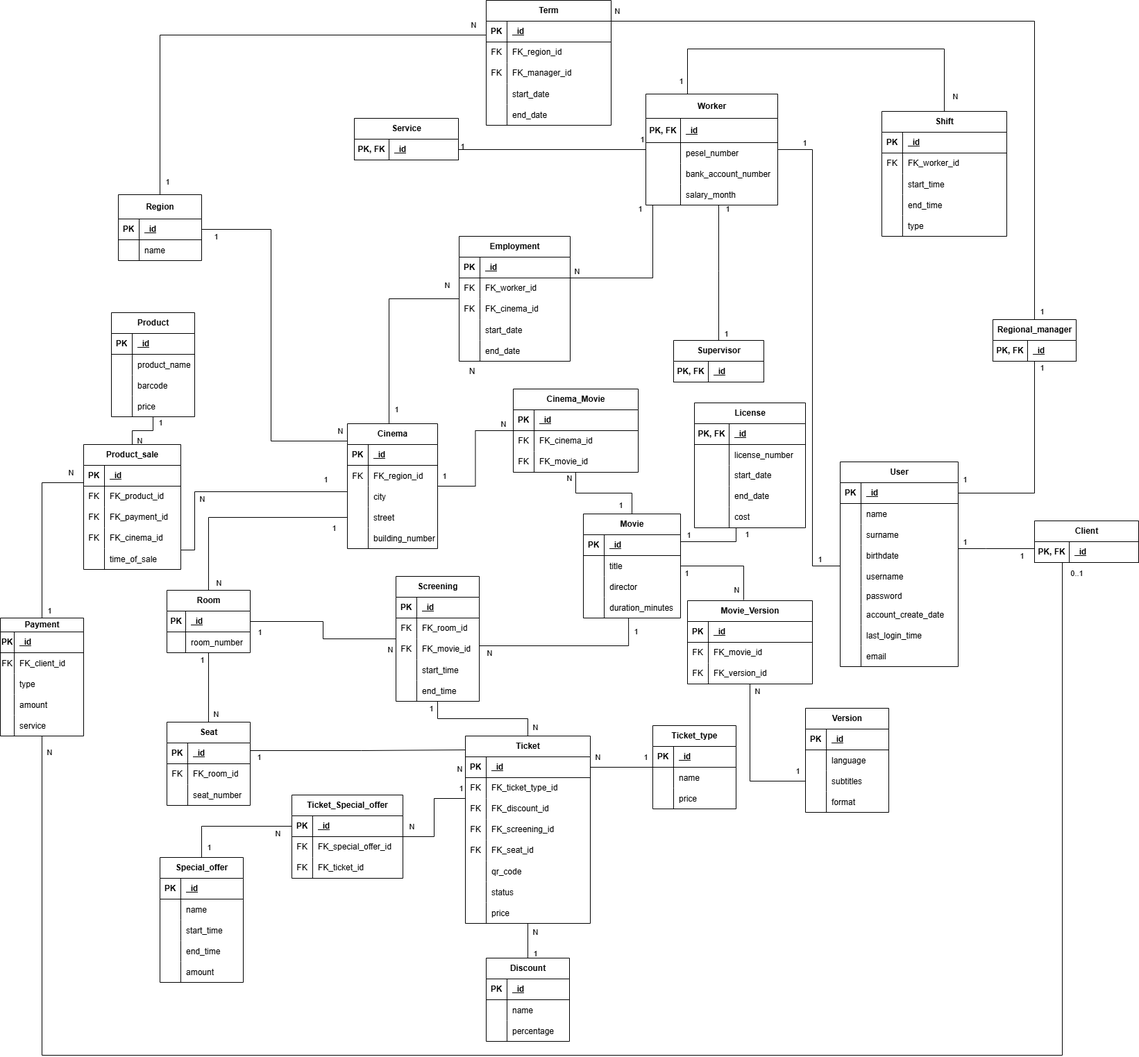
Above: database/diagram.png in michal-madeiski/PBD-cinema-database (draw.io), before the change. Source tidied: cells renumbered, new cells last; positions are measured from the earlier drawing's top-left corner, leaving out a move shared by most shapes.
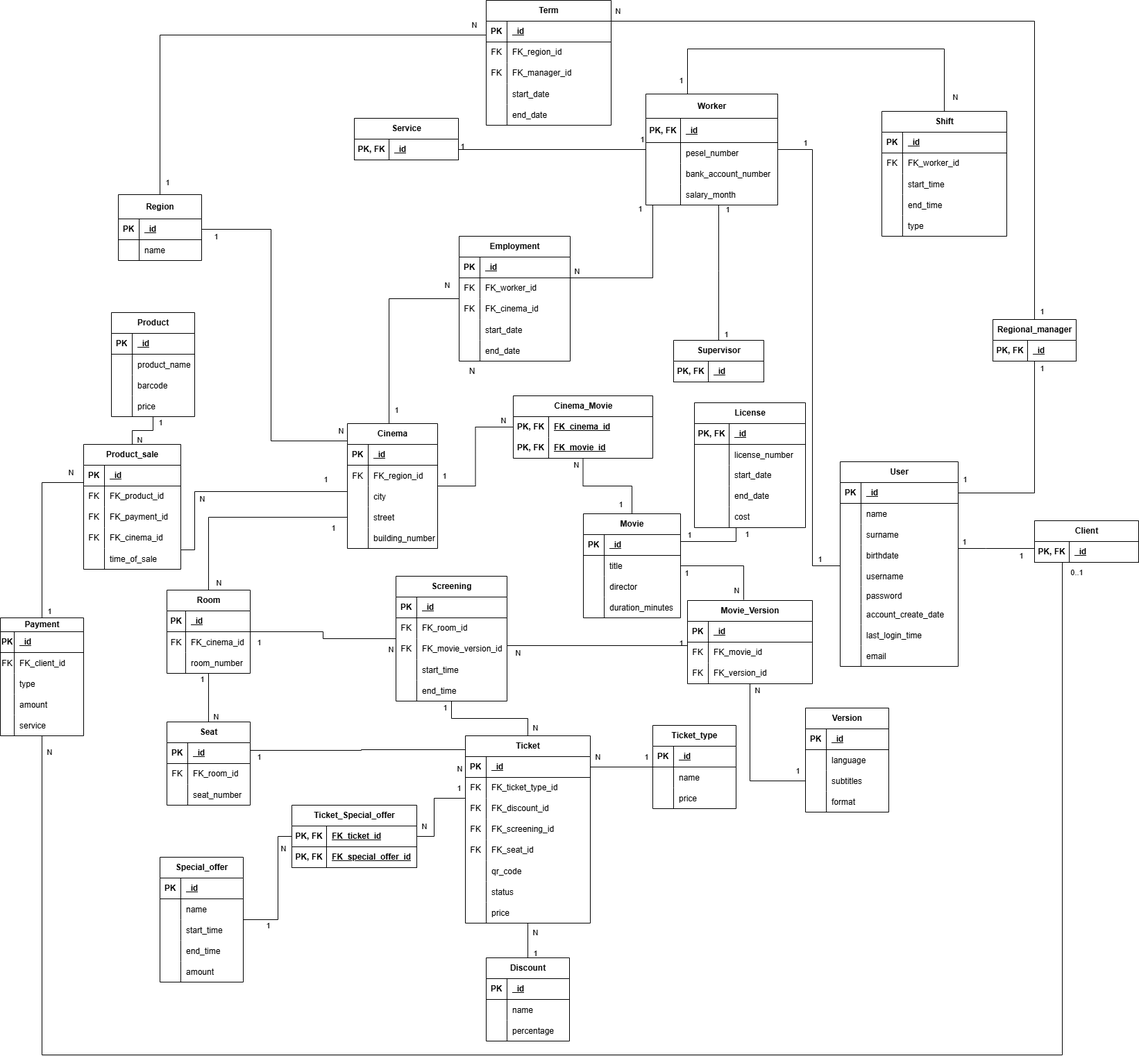
After the commit.

What changed in the source:
```diff
@@ -111,52 +111,52 @@
       </mxGeometry>
     </mxCell>
     <mxCell id="31" value="Screening" style="shape=table;startSize=30;rowLines=0;fontStyle=1;align=center;html=1;labelBackgroundColor=none;rounded=0;" parent="1" vertex="1">
-      <mxGeometry x="570" y="830" width="120" height="180" as="geometry" />
+      <mxGeometry x="570" y="830" width="160" height="180" as="geometry" />
     </mxCell>
     <mxCell id="32" style="shape=tableRow;horizontal=0;startSize=0;swimlaneHead=0;swimlaneBody=0;fillColor=none;top=0;left=0;right=0;bottom=1;labelBackgroundColor=none;rounded=0;" parent="31" vertex="1">
-      <mxGeometry y="30" width="120" height="30" as="geometry" />
+      <mxGeometry y="30" width="160" height="30" as="geometry" />
     </mxCell>
     <mxCell id="33" value="PK" style="shape=partialRectangle;fillColor=none;top=0;left=0;bottom=0;right=0;fontStyle=1;overflow=hidden;whiteSpace=wrap;html=1;labelBackgroundColor=none;rounded=0;" parent="32" vertex="1">
       <mxGeometry width="30" height="30" as="geometry" />
     </mxCell>
     <mxCell id="34" value="_id" style="shape=partialRectangle;fillColor=none;top=0;left=0;bottom=0;right=0;align=left;spacingLeft=6;fontStyle=5;overflow=hidden;whiteSpace=wrap;html=1;labelBackgroundColor=none;rounded=0;" parent="32" vertex="1">
-      <mxGeometry x="30" width="90" height="30" as="geometry" />
+      <mxGeometry x="30" width="130" height="30" as="geometry" />
     </mxCell>
     <mxCell id="35" style="shape=tableRow;horizontal=0;startSize=0;swimlaneHead=0;swimlaneBody=0;fillColor=none;top=0;left=0;right=0;bottom=0;labelBackgroundColor=none;rounded=0;" parent="31" vertex="1">
-      <mxGeometry y="60" width="120" height="30" as="geometry" />
+      <mxGeometry y="60" width="160" height="30" as="geometry" />
     </mxCell>
     <mxCell id="36" value="FK" style="shape=partialRectangle;fillColor=none;top=0;left=0;bottom=0;right=0;fontStyle=0;overflow=hidden;whiteSpace=wrap;html=1;labelBackgroundColor=none;rounded=0;" parent="35" vertex="1">
       <mxGeometry width="30" height="30" as="geometry" />
     </mxCell>
     <mxCell id="37" value="FK_room_id" style="shape=partialRectangle;fillColor=none;top=0;left=0;bottom=0;right=0;align=left;spacingLeft=6;fontStyle=0;overflow=hidden;whiteSpace=wrap;html=1;labelBackgroundColor=none;rounded=0;" parent="35" vertex="1">
-      <mxGeometry x="30" width="90" height="30" as="geometry" />
+      <mxGeometry x="30" width="130" height="30" as="geometry" />
     </mxCell>
     <mxCell id="38" style="shape=tableRow;horizontal=0;startSize=0;swimlaneHead=0;swimlaneBody=0;fillColor=none;top=0;left=0;right=0;bottom=0;labelBackgroundColor=none;rounded=0;" parent="31" vertex="1">
-      <mxGeometry y="90" width="120" height="30" as="geometry" />
+      <mxGeometry y="90" width="160" height="30" as="geometry" />
     </mxCell>
     <mxCell id="39" value="FK" style="shape=partialRectangle;fillColor=none;top=0;left=0;bottom=0;right=0;fontStyle=0;overflow=hidden;whiteSpace=wrap;html=1;labelBackgroundColor=none;rounded=0;" parent="38" vertex="1">
       <mxGeometry width="30" height="30" as="geometry" />
     </mxCell>
-    <mxCell id="40" value="FK_movie_id" style="shape=partialRectangle;fillColor=none;top=0;left=0;bottom=0;right=0;align=left;spacingLeft=6;fontStyle=0;overflow=hidden;whiteSpace=wrap;html=1;labelBackgroundColor=none;rounded=0;" parent="38" vertex="1">
-      <mxGeometry x="30" width="90" height="30" as="geometry" />
+    <mxCell id="40" value="FK_movie_version_id" style="shape=partialRectangle;fillColor=none;top=0;left=0;bottom=0;right=0;align=left;spacingLeft=6;fontStyle=0;overflow=hidden;whiteSpace=wrap;html=1;labelBackgroundColor=none;rounded=0;" parent="38" vertex="1">
+      <mxGeometry x="30" width="130" height="30" as="geometry" />
     </mxCell>
     <mxCell id="41" style="shape=tableRow;horizontal=0;startSize=0;swimlaneHead=0;swimlaneBody=0;fillColor=none;top=0;left=0;right=0;bottom=0;labelBackgroundColor=none;rounded=0;" parent="31" vertex="1">
-      <mxGeometry y="120" width="120" height="30" as="geometry" />
+      <mxGeometry y="120" width="160" height="30" as="geometry" />
     </mxCell>
     <mxCell id="42" style="shape=partialRectangle;fillColor=none;top=0;left=0;bottom=0;right=0;overflow=hidden;labelBackgroundColor=none;rounded=0;" parent="41" vertex="1">
       <mxGeometry width="30" height="30" as="geometry" />
     </mxCell>
     <mxCell id="43" value="start_time" style="shape=partialRectangle;fillColor=none;top=0;left=0;bottom=0;right=0;align=left;spacingLeft=6;overflow=hidden;labelBackgroundColor=none;rounded=0;" parent="41" vertex="1">
-      <mxGeometry x="30" width="90" height="30" as="geometry" />
+      <mxGeometry x="30" width="130" height="30" as="geometry" />
     </mxCell>
     <mxCell id="44" style="shape=tableRow;horizontal=0;startSize=0;swimlaneHead=0;swimlaneBody=0;fillColor=none;top=0;left=0;right=0;bottom=0;labelBackgroundColor=none;rounded=0;" parent="31" vertex="1">
-      <mxGeometry y="150" width="120" height="30" as="geometry" />
+      <mxGeometry y="150" width="160" height="30" as="geometry" />
     </mxCell>
     <mxCell id="45" style="shape=partialRectangle;fillColor=none;top=0;left=0;bottom=0;right=0;overflow=hidden;labelBackgroundColor=none;rounded=0;" parent="44" vertex="1">
       <mxGeometry width="30" height="30" as="geometry" />
     </mxCell>
     <mxCell id="46" value="end_time" style="shape=partialRectangle;fillColor=none;top=0;left=0;bottom=0;right=0;align=left;spacingLeft=6;overflow=hidden;labelBackgroundColor=none;rounded=0;" parent="44" vertex="1">
-      <mxGeometry x="30" width="90" height="30" as="geometry" />
+      <mxGeometry x="30" width="130" height="30" as="geometry" />
     </mxCell>
     <mxCell id="47" style="edgeStyle=orthogonalEdgeStyle;rounded=0;jettySize=auto;html=1;endArrow=none;endFill=0;labelBackgroundColor=none;fontColor=default;" parent="1" edge="1" source="56" target="63">
       <mxGeometry relative="1" as="geometry" />
@@ -198,7 +198,7 @@
       </mxGeometry>
     </mxCell>
     <mxCell id="56" value="Room" style="shape=table;startSize=30;rowLines=0;fontStyle=1;align=center;html=1;labelBackgroundColor=none;rounded=0;" parent="1" vertex="1">
-      <mxGeometry x="240" y="850" width="120" height="90" as="geometry" />
+      <mxGeometry x="240" y="850" width="120" height="120" as="geometry" />
     </mxCell>
     <mxCell id="57" style="shape=tableRow;horizontal=0;startSize=0;swimlaneHead=0;swimlaneBody=0;fillColor=none;top=0;left=0;right=0;bottom=1;labelBackgroundColor=none;rounded=0;" parent="56" vertex="1">
       <mxGeometry y="30" width="120" height="30" as="geometry" />
@@ -209,8 +209,17 @@
     <mxCell id="59" value="_id" style="shape=partialRectangle;fillColor=none;top=0;left=0;bottom=0;right=0;align=left;spacingLeft=6;fontStyle=5;overflow=hidden;whiteSpace=wrap;html=1;labelBackgroundColor=none;rounded=0;" parent="57" vertex="1">
       <mxGeometry x="27" width="93" height="30" as="geometry" />
     </mxCell>
+    <mxCell id="432" style="shape=tableRow;horizontal=0;startSize=0;swimlaneHead=0;swimlaneBody=0;fillColor=none;top=0;left=0;right=0;bottom=0;labelBackgroundColor=none;rounded=0;" parent="56" vertex="1">
+      <mxGeometry y="60" width="120" height="30" as="geometry" />
+    </mxCell>
+    <mxCell id="433" value="FK" style="shape=partialRectangle;fillColor=none;top=0;left=0;bottom=0;right=0;overflow=hidden;labelBackgroundColor=none;rounded=0;" parent="432" vertex="1">
+      <mxGeometry width="27" height="30" as="geometry" />
+    </mxCell>
+    <mxCell id="434" value="FK_cinema_id" style="shape=partialRectangle;fillColor=none;top=0;left=0;bottom=0;right=0;align=left;spacingLeft=6;overflow=hidden;labelBackgroundColor=none;rounded=0;" parent="432" vertex="1">
+      <mxGeometry x="27" width="93" height="30" as="geometry" />
+    </mxCell>
     <mxCell id="60" style="shape=tableRow;horizontal=0;startSize=0;swimlaneHead=0;swimlaneBody=0;fillColor=none;top=0;left=0;right=0;bottom=0;labelBackgroundColor=none;rounded=0;" parent="56" vertex="1">
-      <mxGeometry y="60" width="120" height="30" as="geometry" />
+      <mxGeometry y="90" width="120" height="30" as="geometry" />
     </mxCell>
     <mxCell id="61" style="shape=partialRectangle;fillColor=none;top=0;left=0;bottom=0;right=0;overflow=hidden;labelBackgroundColor=none;rounded=0;" parent="60" vertex="1">
       <mxGeometry width="27" height="30" as="geometry" />
@@ -261,8 +270,13 @@
         <mxPoint x="9" y="11" as="offset" />
       </mxGeometry>
     </mxCell>
-    <mxCell id="76" style="edgeStyle=orthogonalEdgeStyle;rounded=0;jettySize=auto;html=1;entryX=0;entryY=0.5;entryDx=0;entryDy=0;endArrow=none;endFill=0;labelBackgroundColor=none;fontColor=default;" parent="1" edge="1" source="79" target="263">
-      <mxGeometry relative="1" as="geometry" />
+    <mxCell id="76" style="edgeStyle=orthogonalEdgeStyle;rounded=0;jettySize=auto;html=1;endArrow=none;endFill=0;labelBackgroundColor=none;fontColor=default;entryX=0;entryY=0.5;entryDx=0;entryDy=0;" parent="1" edge="1" source="79" target="435">
+      <mxGeometry relative="1" as="geometry">
+        <Array as="points">
+          <mxPoint x="400" y="1325" />
+          <mxPoint x="400" y="1205" />
+        </Array>
+      </mxGeometry>
     </mxCell>
     <mxCell id="77" value="1" style="edgeLabel;html=1;align=center;verticalAlign=middle;labelBackgroundColor=none;rounded=0;" parent="76" vertex="1">
       <mxGeometry x="-0.73" relative="1" as="geometry">
@@ -352,10 +366,10 @@
     <mxCell id="104" value="percentage" style="shape=partialRectangle;fillColor=none;top=0;left=0;bottom=0;right=0;align=left;spacingLeft=6;overflow=hidden;labelBackgroundColor=none;rounded=0;" parent="102" vertex="1">
       <mxGeometry x="30" width="90" height="30" as="geometry" />
     </mxCell>
-    <mxCell id="105" style="edgeStyle=orthogonalEdgeStyle;rounded=0;jettySize=auto;html=1;exitX=0.465;exitY=1.014;exitDx=0;exitDy=0;endArrow=none;endFill=0;exitPerimeter=0;labelBackgroundColor=none;fontColor=default;" parent="1" edge="1" source="121" target="31">
+    <mxCell id="105" style="edgeStyle=orthogonalEdgeStyle;rounded=0;jettySize=auto;html=1;exitX=0;exitY=0.5;exitDx=0;exitDy=0;endArrow=none;endFill=0;labelBackgroundColor=none;fontColor=default;" parent="1" edge="1" source="352" target="31">
       <mxGeometry relative="1" as="geometry">
         <Array as="points">
-          <mxPoint x="905" y="930" />
+          <mxPoint x="990" y="930" />
         </Array>
       </mxGeometry>
     </mxCell>
@@ -919,39 +933,30 @@
     </mxCell>
     <mxCell id="261" value="1" style="edgeLabel;html=1;align=center;verticalAlign=middle;labelBackgroundColor=none;rounded=0;" parent="259" vertex="1">
       <mxGeometry x="0.6" y="1" relative="1" as="geometry">
-        <mxPoint x="10" y="-14" as="offset" />
+        <mxPoint x="3" y="-14" as="offset" />
       </mxGeometry>
     </mxCell>
     <mxCell id="262" value="Ticket_Special_offer" style="shape=table;startSize=30;rowLines=0;fontStyle=1;align=center;html=1;labelBackgroundColor=none;rounded=0;" parent="1" vertex="1">
-      <mxGeometry x="420" y="1145" width="160" height="120" as="geometry" />
+      <mxGeometry x="420" y="1160" width="180" height="90" as="geometry" />
     </mxCell>
-    <mxCell id="263" style="shape=tableRow;horizontal=0;startSize=0;swimlaneHead=0;swimlaneBody=0;fillColor=none;points=[[0,0.5],[1,0.5]];portConstraint=eastwest;top=0;left=0;right=0;bottom=1;labelBackgroundColor=none;rounded=0;" parent="262" vertex="1">
-      <mxGeometry y="30" width="160" height="30" as="geometry" />
-    </mxCell>
-    <mxCell id="264" value="PK" style="shape=partialRectangle;fillColor=none;top=0;left=0;bottom=0;right=0;fontStyle=1;overflow=hidden;whiteSpace=wrap;html=1;labelBackgroundColor=none;rounded=0;" parent="263" vertex="1">
-      <mxGeometry width="30" height="30" as="geometry" />
-    </mxCell>
-    <mxCell id="265" value="_id" style="shape=partialRectangle;fillColor=none;top=0;left=0;bottom=0;right=0;align=left;spacingLeft=6;fontStyle=5;overflow=hidden;whiteSpace=wrap;html=1;labelBackgroundColor=none;rounded=0;" parent="263" vertex="1">
-      <mxGeometry x="30" width="130" height="30" as="geometry" />
-    </mxCell>
-    <mxCell id="266" style="shape=tableRow;horizontal=0;startSize=0;swimlaneHead=0;swimlaneBody=0;fillColor=none;top=0;left=0;right=0;bottom=0;labelBackgroundColor=none;rounded=0;" parent="262" vertex="1">
-      <mxGeometry y="60" width="160" height="30" as="geometry" />
-    </mxCell>
-    <mxCell id="267" value="FK" style="shape=partialRectangle;fillColor=none;top=0;left=0;bottom=0;right=0;fontStyle=0;overflow=hidden;whiteSpace=wrap;html=1;labelBackgroundColor=none;rounded=0;" parent="266" vertex="1">
-      <mxGeometry width="30" height="30" as="geometry" />
-    </mxCell>
+    <mxCell id="435" style="shape=tableRow;horizontal=0;startSize=0;swimlaneHead=0;swimlaneBody=0;fillColor=none;points=[[0,0.5],[1,0.5]];portConstraint=eastwest;top=0;left=0;right=0;bottom=1;" parent="262" vertex="1">
+      <mxGeometry y="30" width="180" height="30" as="geometry" />
+    </mxCell>
+    <mxCell id="436" value="PK, FK" style="shape=partialRectangle;fillColor=none;top=0;left=0;bottom=0;right=0;fontStyle=1;overflow=hidden;whiteSpace=wrap;html=1;" parent="435" vertex="1">
+      <mxGeometry width="50" height="30" as="geometry" />
+    </mxCell>
+    <mxCell id="271" value="FK_ticket_id" style="shape=partialRectangle;fillColor=none;top=0;left=0;bottom=0;right=0;align=left;spacingLeft=6;fontStyle=5;overflow=hidden;whiteSpace=wrap;html=1;" parent="435" vertex="1">
+      <mxGeometry x="50" width="130" height="30" as="geometry" />
+    </mxCell>
+    <mxCell id="437" style="shape=tableRow;horizontal=0;startSize=0;swimlaneHead=0;swimlaneBody=0;fillColor=none;top=0;left=0;right=0;bottom=1;" parent="262" vertex="1">
+      <mxGeometry y="60" width="180" height="30" as="geometry" />
+    </mxCell>
+    <mxCell id="438" value="PK, FK" style="shape=partialRectangle;fillColor=none;top=0;left=0;bottom=0;right=0;fontStyle=1;overflow=hidden;whiteSpace=wrap;html=1;" parent="437" vertex="1">
+      <mxGeometry width="50" height="30" as="geometry" />
+    </mxCell>
-    <mxCell id="268" value="FK_special_offer_id" style="shape=partialRectangle;fillColor=none;top=0;left=0;bottom=0;right=0;align=left;spacingLeft=6;fontStyle=0;overflow=hidden;whiteSpace=wrap;html=1;labelBackgroundColor=none;rounded=0;" parent="266" vertex="1">
-      <mxGeometry x="30" width="130" height="30" as="geometry" />
+    <mxCell id="268" value="FK_special_offer_id" style="shape=partialRectangle;fillColor=none;top=0;left=0;bottom=0;right=0;align=left;spacingLeft=6;fontStyle=5;overflow=hidden;whiteSpace=wrap;html=1;" parent="437" vertex="1">
+      <mxGeometry x="50" width="130" height="30" as="geometry" />
     </mxCell>
-    <mxCell id="269" style="shape=tableRow;horizontal=0;startSize=0;swimlaneHead=0;swimlaneBody=0;fillColor=none;top=0;left=0;right=0;bottom=0;rounded=0;" parent="262" vertex="1">
-      <mxGeometry y="90" width="160" height="30" as="geometry" />
-    </mxCell>
-    <mxCell id="270" value="FK" style="shape=partialRectangle;fillColor=none;top=0;left=0;bottom=0;right=0;fontStyle=0;overflow=hidden;whiteSpace=wrap;html=1;rounded=0;" parent="269" vertex="1">
-      <mxGeometry width="30" height="30" as="geometry" />
-    </mxCell>
-    <mxCell id="271" value="FK_ticket_id" style="shape=partialRectangle;fillColor=none;top=0;left=0;bottom=0;right=0;align=left;spacingLeft=6;fontStyle=0;overflow=hidden;whiteSpace=wrap;html=1;rounded=0;" parent="269" vertex="1">
-      <mxGeometry x="30" width="130" height="30" as="geometry" />
-    </mxCell>
     <mxCell id="272" value="Ticket" style="shape=table;startSize=30;rowLines=0;fontStyle=1;align=center;html=1;labelBackgroundColor=none;rounded=0;" parent="1" vertex="1">
       <mxGeometry x="670" y="1060" width="180" height="270" as="geometry" />
     </mxCell>
@@ -1259,34 +1264,25 @@
       </mxGeometry>
     </mxCell>
     <mxCell id="361" value="Cinema_Movie" style="shape=table;startSize=30;rowLines=0;fontStyle=1;align=center;html=1;labelBackgroundColor=none;rounded=0;" parent="1" vertex="1">
-      <mxGeometry x="739" y="560" width="180" height="120" as="geometry" />
+      <mxGeometry x="739" y="570" width="201" height="90" as="geometry" />
     </mxCell>
-    <mxCell id="362" style="shape=tableRow;horizontal=0;startSize=0;swimlaneHead=0;swimlaneBody=0;fillColor=none;top=0;left=0;right=0;bottom=1;labelBackgroundColor=none;rounded=0;" parent="361" vertex="1">
-      <mxGeometry y="30" width="180" height="30" as="geometry" />
-    </mxCell>
-    <mxCell id="363" value="PK" style="shape=partialRectangle;fillColor=none;top=0;left=0;bottom=0;right=0;fontStyle=1;overflow=hidden;whiteSpace=wrap;html=1;labelBackgroundColor=none;rounded=0;" parent="362" vertex="1">
-      <mxGeometry width="30" height="30" as="geometry" />
-    </mxCell>
-    <mxCell id="364" value="_id" style="shape=partialRectangle;fillColor=none;top=0;left=0;bottom=0;right=0;align=left;spacingLeft=6;fontStyle=5;overflow=hidden;whiteSpace=wrap;html=1;labelBackgroundColor=none;rounded=0;" parent="362" vertex="1">
-      <mxGeometry x="30" width="150" height="30" as="geometry" />
-    </mxCell>
     <mxCell id="365" style="shape=tableRow;horizontal=0;startSize=0;swimlaneHead=0;swimlaneBody=0;fillColor=none;top=0;left=0;right=0;bottom=0;labelBackgroundColor=none;rounded=0;" parent="361" vertex="1">
-      <mxGeometry y="60" width="180" height="30" as="geometry" />
+      <mxGeometry y="30" width="201" height="30" as="geometry" />
     </mxCell>
-    <mxCell id="366" value="FK" style="shape=partialRectangle;fillColor=none;top=0;left=0;bottom=0;right=0;fontStyle=0;overflow=hidden;whiteSpace=wrap;html=1;labelBackgroundColor=none;rounded=0;" parent="365" vertex="1">
-      <mxGeometry width="30" height="30" as="geometry" />
+    <mxCell id="366" value="&lt;b&gt;PK, FK&lt;/b&gt;" style="shape=partialRectangle;fillColor=none;top=0;left=0;bottom=0;right=0;fontStyle=0;overflow=hidden;whiteSpace=wrap;html=1;labelBackgroundColor=none;rounded=0;" parent="365" vertex="1">
+      <mxGeometry width="51" height="30" as="geometry" />
     </mxCell>
-    <mxCell id="367" value="FK_cinema_id" style="shape=partialRectangle;fillColor=none;top=0;left=0;bottom=0;right=0;align=left;spacingLeft=6;fontStyle=0;overflow=hidden;whiteSpace=wrap;html=1;labelBackgroundColor=none;rounded=0;" parent="365" vertex="1">
-      <mxGeometry x="30" width="150" height="30" as="geometry" />
+    <mxCell id="367" value="&lt;b&gt;&lt;u&gt;FK_cinema_id&lt;/u&gt;&lt;/b&gt;" style="shape=partialRectangle;fillColor=none;top=0;left=0;bottom=0;right=0;align=left;spacingLeft=6;fontStyle=0;overflow=hidden;whiteSpace=wrap;html=1;labelBackgroundColor=none;rounded=0;" parent="365" vertex="1">
+      <mxGeometry x="51" width="150" height="30" as="geometry" />
     </mxCell>
     <mxCell id="368" style="shape=tableRow;horizontal=0;startSize=0;swimlaneHead=0;swimlaneBody=0;fillColor=none;top=0;left=0;right=0;bottom=0;labelBackgroundColor=none;rounded=0;" parent="361" vertex="1">
-      <mxGeometry y="90" width="180" height="30" as="geometry" />
+      <mxGeometry y="60" width="201" height="30" as="geometry" />
     </mxCell>
-    <mxCell id="369" value="FK" style="shape=partialRectangle;fillColor=none;top=0;left=0;bottom=0;right=0;fontStyle=0;overflow=hidden;whiteSpace=wrap;html=1;labelBackgroundColor=none;rounded=0;" parent="368" vertex="1">
-      <mxGeometry width="30" height="30" as="geometry" />
+    <mxCell id="369" value="PK, FK" style="shape=partialRectangle;fillColor=none;top=0;left=0;bottom=0;right=0;fontStyle=1;overflow=hidden;whiteSpace=wrap;html=1;labelBackgroundColor=none;rounded=0;" parent="368" vertex="1">
+      <mxGeometry width="51" height="30" as="geometry" />
     </mxCell>
-    <mxCell id="370" value="FK_movie_id" style="shape=partialRectangle;fillColor=none;top=0;left=0;bottom=0;right=0;align=left;spacingLeft=6;fontStyle=0;overflow=hidden;whiteSpace=wrap;html=1;labelBackgroundColor=none;rounded=0;" parent="368" vertex="1">
-      <mxGeometry x="30" width="150" height="30" as="geometry" />
+    <mxCell id="370" value="FK_movie_id" style="shape=partialRectangle;fillColor=none;top=0;left=0;bottom=0;right=0;align=left;spacingLeft=6;fontStyle=5;overflow=hidden;whiteSpace=wrap;html=1;labelBackgroundColor=none;rounded=0;" parent="368" vertex="1">
+      <mxGeometry x="51" width="150" height="30" as="geometry" />
     </mxCell>
     <mxCell id="371" style="edgeStyle=orthogonalEdgeStyle;rounded=0;jettySize=auto;html=1;endArrow=none;endFill=0;labelBackgroundColor=none;fontColor=default;" parent="1" edge="1" source="361" target="111">
       <mxGeometry relative="1" as="geometry" />
```
